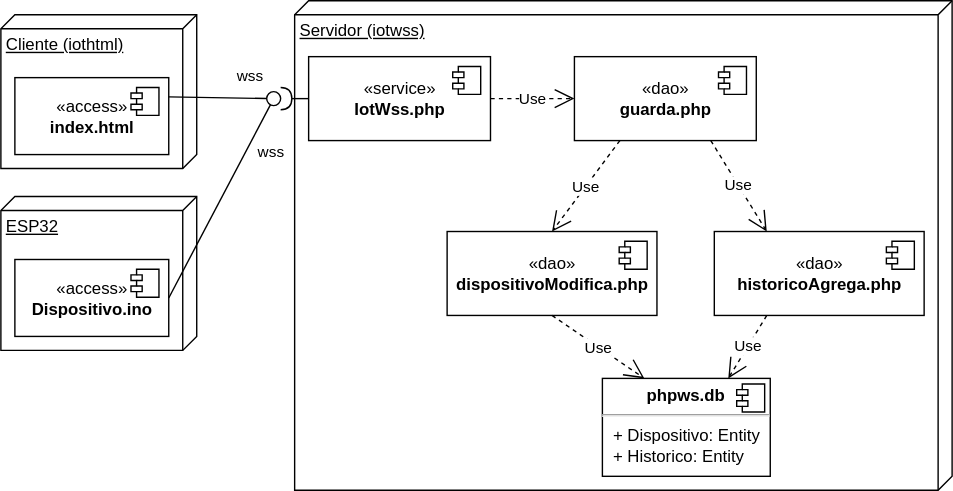
The draw.io diagram docs/img/m05iot/iotdistribucion.drawio.svg in gilpgdm/gilpgdm.github.io, before a commit. Source tidied: cells renumbered, new cells last; positions are measured from the earlier drawing's top-left corner, leaving out a move shared by most shapes.
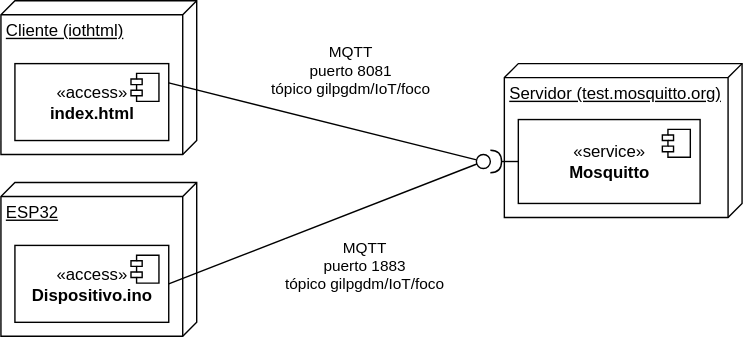
The same diagram one commit later.

Change to the diagram source:
```diff
@@ -13,59 +13,26 @@
         <mxPoint x="-27" y="7" as="offset" />
       </mxGeometry>
     </mxCell>
-    <mxCell id="5" value="Servidor (iotwss)" style="verticalAlign=top;align=left;spacingTop=8;spacingLeft=2;spacingRight=12;shape=cube;size=10;direction=south;fontStyle=4;html=1;" parent="1" vertex="1">
-      <mxGeometry x="210" width="470" height="350" as="geometry" />
+    <mxCell id="5" value="Servidor (test.mosquitto.org)" style="verticalAlign=top;align=left;spacingTop=8;spacingLeft=2;spacingRight=12;shape=cube;size=10;direction=south;fontStyle=4;html=1;" parent="1" vertex="1">
+      <mxGeometry x="360" y="55" width="170" height="110" as="geometry" />
     </mxCell>
-    <mxCell id="6" value="«service»&lt;br&gt;&lt;b&gt;IotWss.php&lt;/b&gt;" style="html=1;" parent="1" vertex="1">
-      <mxGeometry x="220" y="40" width="130" height="60" as="geometry" />
+    <mxCell id="6" value="«service»&lt;br&gt;&lt;b&gt;Mosquitto&lt;/b&gt;" style="html=1;" parent="1" vertex="1">
+      <mxGeometry x="370" y="95" width="130" height="60" as="geometry" />
     </mxCell>
     <mxCell id="7" style="shape=module;jettyWidth=8;jettyHeight=4;" parent="6" vertex="1">
       <mxGeometry x="1" width="20" height="20" relative="1" as="geometry">
         <mxPoint x="-27" y="7" as="offset" />
       </mxGeometry>
     </mxCell>
-    <mxCell id="8" value="«dao»&lt;br&gt;&lt;b&gt;guarda.php&lt;/b&gt;" style="html=1;" parent="1" vertex="1">
-      <mxGeometry x="410" y="40" width="130" height="60" as="geometry" />
-    </mxCell>
-    <mxCell id="9" style="shape=module;jettyWidth=8;jettyHeight=4;" parent="8" vertex="1">
-      <mxGeometry x="1" width="20" height="20" relative="1" as="geometry">
-        <mxPoint x="-27" y="7" as="offset" />
-      </mxGeometry>
-    </mxCell>
-    <mxCell id="10" value="«dao»&lt;br&gt;&lt;b&gt;dispositivoModifica.php&lt;/b&gt;" style="html=1;" parent="1" vertex="1">
-      <mxGeometry x="319" y="165" width="150" height="60" as="geometry" />
-    </mxCell>
-    <mxCell id="11" style="shape=module;jettyWidth=8;jettyHeight=4;" parent="10" vertex="1">
-      <mxGeometry x="1" width="20" height="20" relative="1" as="geometry">
-        <mxPoint x="-27" y="7" as="offset" />
-      </mxGeometry>
-    </mxCell>
-    <mxCell id="12" value="wss" style="rounded=0;jettySize=auto;html=1;endArrow=none;endFill=0;sketch=0;sourcePerimeterSpacing=0;targetPerimeterSpacing=0;exitX=1;exitY=0.25;exitDx=0;exitDy=0;" parent="1" edge="1" source="3" target="14">
-      <mxGeometry x="0.65" y="16" relative="1" as="geometry" />
+    <mxCell id="12" value="MQTT&lt;br&gt;puerto 8081&lt;br&gt;tópico&amp;nbsp;gilpgdm/IoT/foco" style="rounded=0;jettySize=auto;html=1;endArrow=none;endFill=0;sketch=0;sourcePerimeterSpacing=0;targetPerimeterSpacing=0;exitX=1;exitY=0.25;exitDx=0;exitDy=0;" parent="1" edge="1" source="3" target="14">
+      <mxGeometry x="0.09" y="40" relative="1" as="geometry" />
     </mxCell>
     <mxCell id="13" style="rounded=0;jettySize=auto;html=1;endArrow=halfCircle;endFill=0;endSize=6;strokeWidth=1;sketch=0;exitX=0;exitY=0.5;exitDx=0;exitDy=0;" parent="1" edge="1" source="6" target="14">
       <mxGeometry relative="1" as="geometry" />
     </mxCell>
     <mxCell id="14" style="ellipse;whiteSpace=wrap;html=1;align=center;points=[];outlineConnect=0;sketch=0;" parent="1" vertex="1">
-      <mxGeometry x="190" y="65" width="10" height="10" as="geometry" />
+      <mxGeometry x="340" y="120" width="10" height="10" as="geometry" />
     </mxCell>
-    <mxCell id="15" value="Use" style="endArrow=open;endSize=12;dashed=1;html=1;rounded=0;entryX=0;entryY=0.5;entryDx=0;entryDy=0;exitX=1;exitY=0.5;exitDx=0;exitDy=0;" parent="1" edge="1" source="6" target="8">
-      <mxGeometry relative="1" as="geometry" />
-    </mxCell>
-    <mxCell id="16" value="Use" style="endArrow=open;endSize=12;dashed=1;html=1;rounded=0;entryX=0.5;entryY=0;entryDx=0;entryDy=0;exitX=0.25;exitY=1;exitDx=0;exitDy=0;" parent="1" edge="1" source="8" target="10">
-      <mxGeometry relative="1" as="geometry" />
-    </mxCell>
-    <mxCell id="17" value="Use" style="endArrow=open;endSize=12;dashed=1;html=1;rounded=0;entryX=0.25;entryY=0;entryDx=0;entryDy=0;exitX=0.5;exitY=1;exitDx=0;exitDy=0;" parent="1" edge="1" source="10" target="18">
-      <mxGeometry relative="1" as="geometry" />
-    </mxCell>
-    <mxCell id="18" value="&lt;p style=&quot;margin:0px;margin-top:6px;text-align:center;&quot;&gt;&lt;b&gt;phpws.db&lt;/b&gt;&lt;/p&gt;&lt;hr&gt;&lt;p style=&quot;margin:0px;margin-left:8px;&quot;&gt;+ Dispositivo: Entity&lt;/p&gt;&lt;p style=&quot;margin:0px;margin-left:8px;&quot;&gt;+ Historico: Entity&lt;/p&gt;" style="align=left;overflow=fill;html=1;" parent="1" vertex="1">
-      <mxGeometry x="430" y="270" width="120" height="70" as="geometry" />
-    </mxCell>
-    <mxCell id="19" style="shape=component;jettyWidth=8;jettyHeight=4;" parent="18" vertex="1">
-      <mxGeometry x="1" width="20" height="20" relative="1" as="geometry">
-        <mxPoint x="-24" y="4" as="offset" />
-      </mxGeometry>
-    </mxCell>
     <mxCell id="20" value="ESP32" style="verticalAlign=top;align=left;spacingTop=8;spacingLeft=2;spacingRight=12;shape=cube;size=10;direction=south;fontStyle=4;html=1;" parent="1" vertex="1">
       <mxGeometry y="140" width="140" height="110" as="geometry" />
     </mxCell>
@@ -77,22 +44,8 @@
         <mxPoint x="-27" y="7" as="offset" />
       </mxGeometry>
     </mxCell>
-    <mxCell id="23" value="wss" style="endArrow=none;html=1;rounded=0;exitX=1;exitY=0.5;exitDx=0;exitDy=0;" parent="1" edge="1" source="21" target="14">
-      <mxGeometry x="0.61" y="-16" relative="1" as="geometry" />
+    <mxCell id="23" value="MQTT&lt;br&gt;puerto 1883&lt;br&gt;tópico&amp;nbsp;gilpgdm/IoT/foco" style="endArrow=none;html=1;rounded=0;exitX=1;exitY=0.5;exitDx=0;exitDy=0;" parent="1" edge="1" source="21" target="14">
+      <mxGeometry x="0.14" y="-39" relative="1" as="geometry" />
     </mxCell>
-    <mxCell id="24" value="«dao»&lt;br&gt;&lt;b&gt;historicoAgrega.php&lt;/b&gt;" style="html=1;" parent="1" vertex="1">
-      <mxGeometry x="510" y="165" width="150" height="60" as="geometry" />
-    </mxCell>
-    <mxCell id="25" style="shape=module;jettyWidth=8;jettyHeight=4;" parent="24" vertex="1">
-      <mxGeometry x="1" width="20" height="20" relative="1" as="geometry">
-        <mxPoint x="-27" y="7" as="offset" />
-      </mxGeometry>
-    </mxCell>
-    <mxCell id="26" value="Use" style="endArrow=open;endSize=12;dashed=1;html=1;rounded=0;entryX=0.25;entryY=0;entryDx=0;entryDy=0;exitX=0.75;exitY=1;exitDx=0;exitDy=0;" parent="1" edge="1" source="8" target="24">
-      <mxGeometry relative="1" as="geometry" />
-    </mxCell>
-    <mxCell id="27" value="Use" style="endArrow=open;endSize=12;dashed=1;html=1;rounded=0;entryX=0.75;entryY=0;entryDx=0;entryDy=0;exitX=0.25;exitY=1;exitDx=0;exitDy=0;" parent="1" edge="1" source="24" target="18">
-      <mxGeometry relative="1" as="geometry" />
-    </mxCell>
   </root>
 </mxGraphModel>
```
